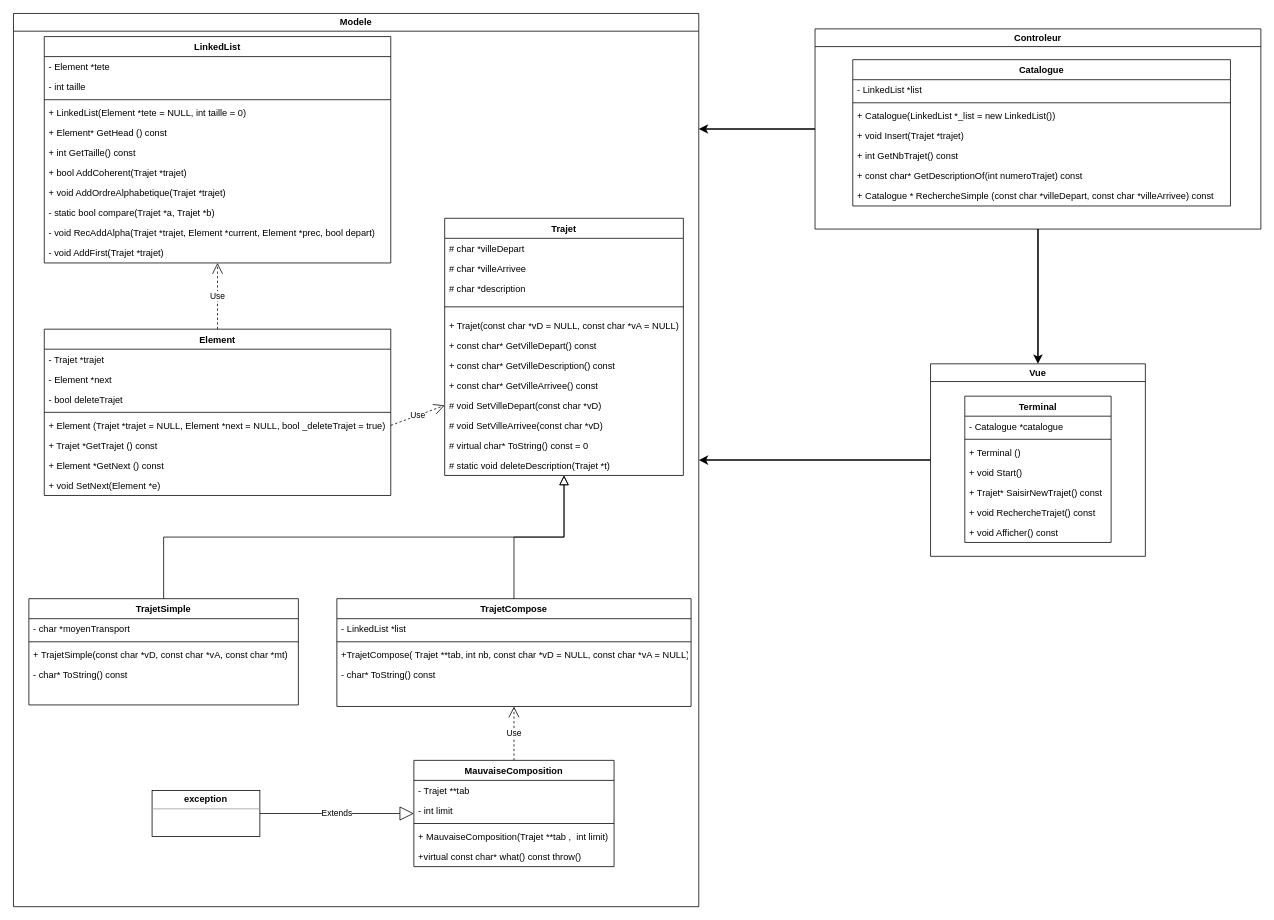
Arkpsss/CPP_TP2 keeps this draw.io diagram as CPP_TP1_UML.drawio. Above is the earlier version. Source tidied: cells renumbered, new cells numbered last; positions are measured from the earlier drawing's top-left corner, leaving out a move shared by most shapes. Both pictures are drawn from the tidied source at 77%, with x=0, y=0 at pixel (13, 13).
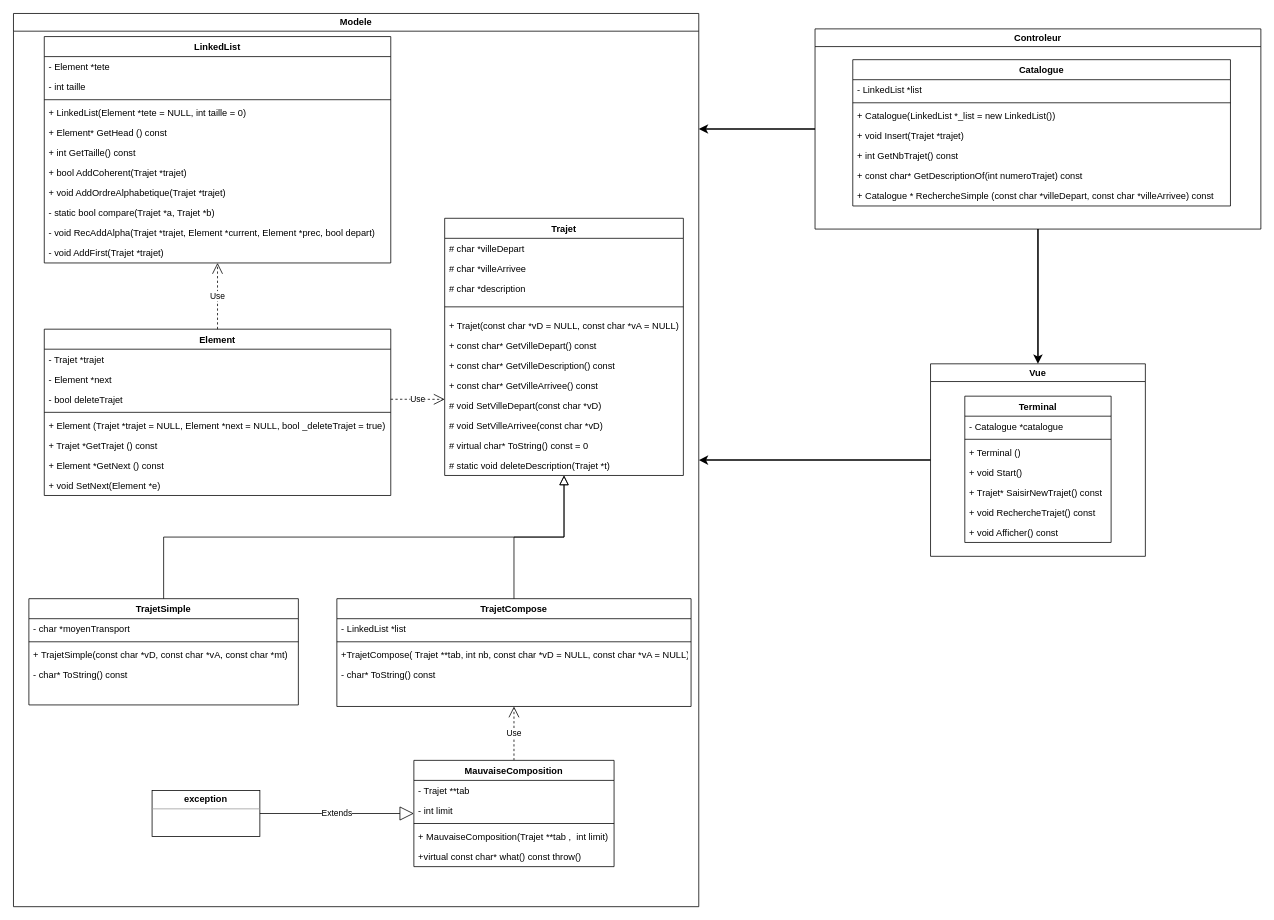
Above is the later version.

The change refers to these unchanged cells:
```xml
<mxCell id="36" value="Modele" style="swimlane;whiteSpace=wrap;html=1;" parent="1" vertex="1">
  <mxGeometry width="890" height="1160" as="geometry" />
</mxCell>
<mxCell id="46" value="# void SetVilleDepart(const char *vD)" style="text;align=left;verticalAlign=top;spacingLeft=4;spacingRight=4;overflow=hidden;points=[[0,0.5],[1,0.5]];portConstraint=eastwest;" parent="37" vertex="1">
  <mxGeometry y="230" width="310" height="26" as="geometry" />
</mxCell>
<mxCell id="53" value="- bool deleteTrajet&#10;" style="text;strokeColor=none;fillColor=none;align=left;verticalAlign=top;spacingLeft=4;spacingRight=4;overflow=hidden;points=[[0,0.5],[1,0.5]];portConstraint=eastwest;" parent="50" vertex="1">
  <mxGeometry y="78" width="450" height="26" as="geometry" />
</mxCell>
<mxCell id="55" value="+ Element (Trajet *trajet = NULL, Element *next = NULL, bool _deleteTrajet = true)" style="text;strokeColor=none;fillColor=none;align=left;verticalAlign=top;spacingLeft=4;spacingRight=4;overflow=hidden;points=[[0,0.5],[1,0.5]];portConstraint=eastwest;" parent="50" vertex="1">
  <mxGeometry y="112" width="450" height="26" as="geometry" />
</mxCell>
```

Diff of the diagram source:
```diff
@@
-    <mxCell id="59" value="Use" style="endArrow=open;endSize=12;dashed=1;html=1;rounded=0;entryX=0;entryY=0.5;entryDx=0;entryDy=0;exitX=1;exitY=0.5;exitDx=0;exitDy=0;" parent="36" edge="1" source="55" target="46">
+    <mxCell id="59" value="Use" style="endArrow=open;endSize=12;dashed=1;html=1;rounded=0;entryX=0;entryY=0.197;entryDx=0;entryDy=0;exitX=1;exitY=0.5;exitDx=0;exitDy=0;entryPerimeter=0;" parent="36" edge="1" source="53" target="46">
       <mxGeometry relative="1" as="geometry" />
     </mxCell>
```
